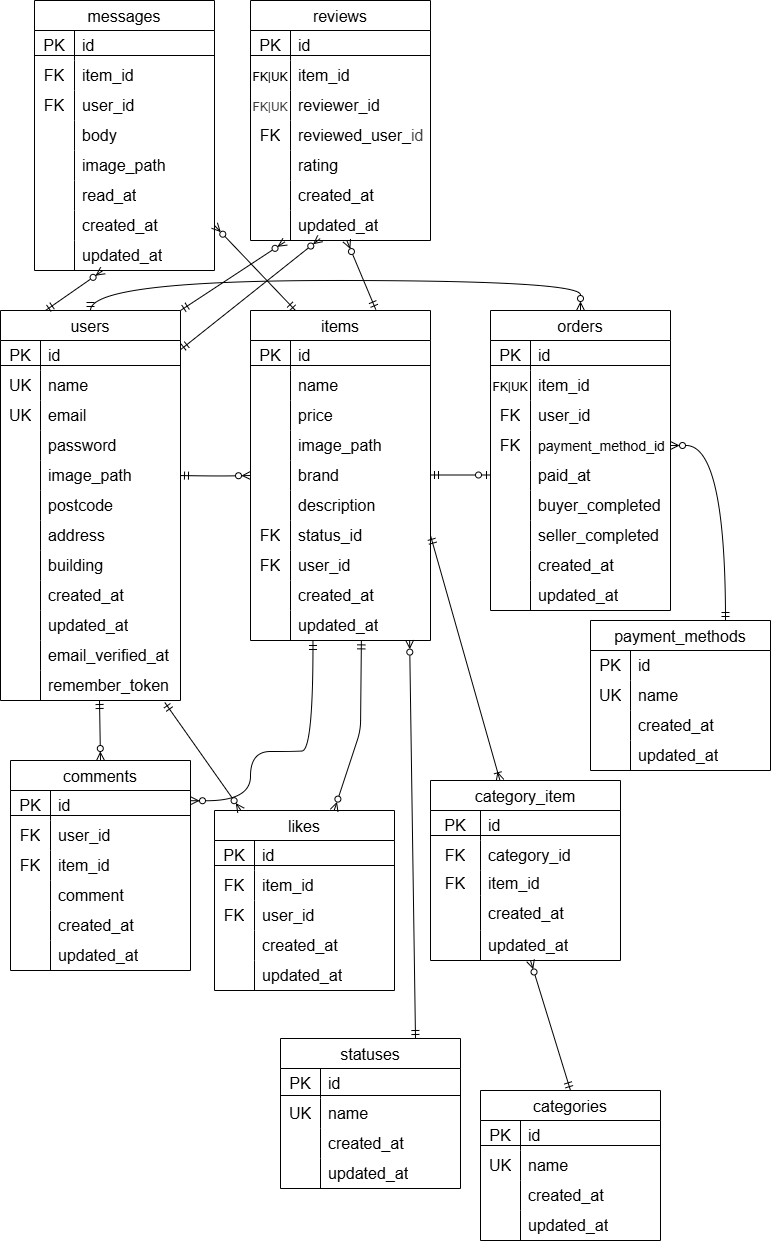
Earlier version of the draw.io export index.drawio.png (imachanimachan/Fleamarket-laravel). Source tidied: cells renumbered, new cells last; positions are measured from the earlier drawing's top-left corner, leaving out a move shared by most shapes.
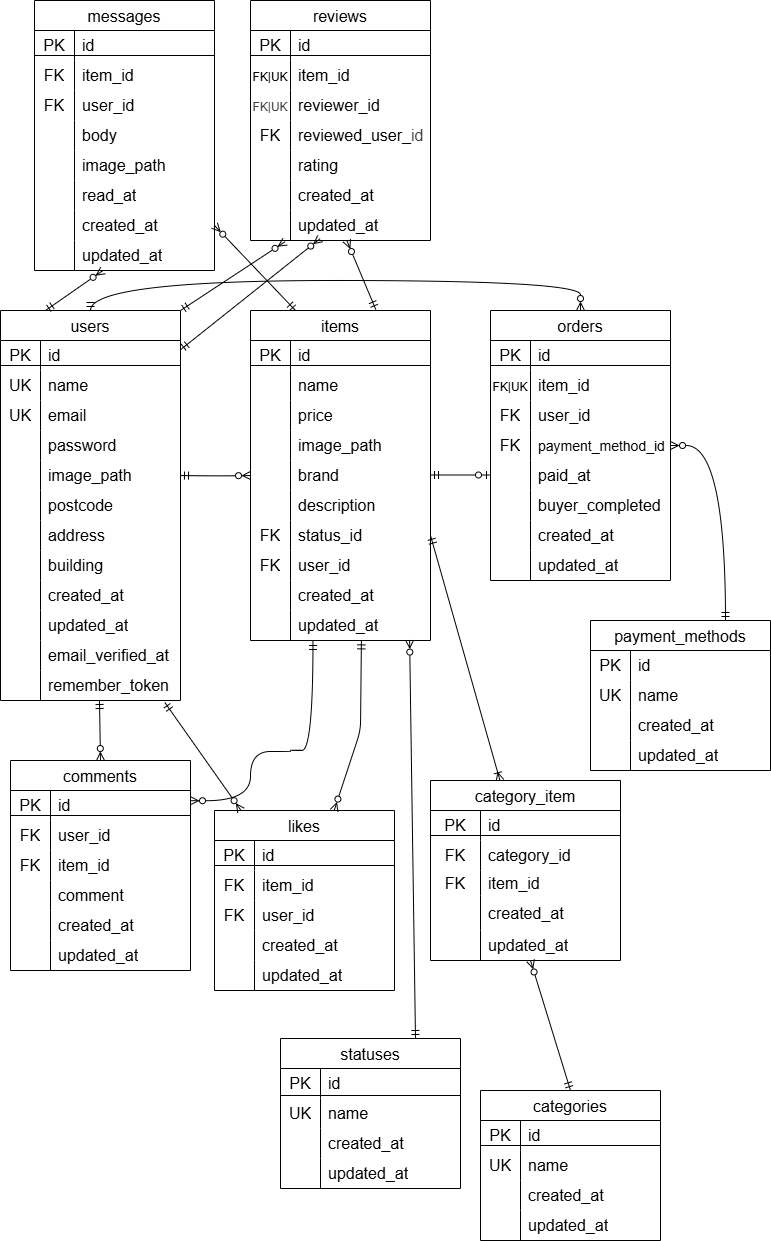
Later version of the same file.

What changed in the source:
```diff
@@ -173,7 +173,7 @@
       <mxGeometry x="40" width="140" height="30" as="geometry" />
     </mxCell>
     <mxCell id="57" value="orders" style="shape=table;startSize=30;rowLines=0;fontStyle=0;strokeColor=default;fontSize=16;" parent="1" vertex="1">
-      <mxGeometry x="490" y="310" width="180" height="300" as="geometry" />
+      <mxGeometry x="490" y="310" width="180" height="270" as="geometry" />
     </mxCell>
     <mxCell id="58" style="shape=tableRow;horizontal=0;startSize=0;swimlaneHead=0;swimlaneBody=0;top=0;left=0;bottom=0;right=0;fillColor=none;strokeColor=#000000;fontSize=16;" parent="57" vertex="1">
       <mxGeometry y="30" width="180" height="30" as="geometry" />
@@ -229,17 +229,8 @@
     <mxCell id="75" value="buyer_completed" style="shape=partialRectangle;html=1;whiteSpace=wrap;fillColor=none;top=0;left=0;bottom=0;right=0;align=left;spacingLeft=6;overflow=hidden;strokeColor=inherit;fontSize=16;" parent="73" vertex="1">
       <mxGeometry x="40" width="140" height="30" as="geometry" />
     </mxCell>
-    <mxCell id="76" style="shape=tableRow;horizontal=0;startSize=0;swimlaneHead=0;swimlaneBody=0;top=0;left=0;bottom=0;right=0;fillColor=none;strokeColor=inherit;fontSize=16;" parent="57" vertex="1">
-      <mxGeometry y="210" width="180" height="30" as="geometry" />
-    </mxCell>
-    <mxCell id="77" style="shape=partialRectangle;html=1;whiteSpace=wrap;fillColor=none;top=0;left=0;bottom=0;right=0;overflow=hidden;strokeColor=inherit;fontSize=16;" parent="76" vertex="1">
-      <mxGeometry width="40" height="30" as="geometry" />
-    </mxCell>
-    <mxCell id="78" value="seller_completed" style="shape=partialRectangle;html=1;whiteSpace=wrap;fillColor=none;top=0;left=0;bottom=0;right=0;align=left;spacingLeft=6;overflow=hidden;strokeColor=inherit;fontSize=16;" parent="76" vertex="1">
-      <mxGeometry x="40" width="140" height="30" as="geometry" />
-    </mxCell>
     <mxCell id="79" style="shape=tableRow;horizontal=0;startSize=0;swimlaneHead=0;swimlaneBody=0;top=0;left=0;bottom=0;right=0;fillColor=none;strokeColor=inherit;fontSize=16;" parent="57" vertex="1">
-      <mxGeometry y="240" width="180" height="30" as="geometry" />
+      <mxGeometry y="210" width="180" height="30" as="geometry" />
     </mxCell>
     <mxCell id="80" style="shape=partialRectangle;html=1;whiteSpace=wrap;fillColor=none;top=0;left=0;bottom=0;right=0;overflow=hidden;strokeColor=inherit;fontSize=16;" parent="79" vertex="1">
       <mxGeometry width="40" height="30" as="geometry" />
@@ -248,7 +239,7 @@
       <mxGeometry x="40" width="140" height="30" as="geometry" />
     </mxCell>
     <mxCell id="82" style="shape=tableRow;horizontal=0;startSize=0;swimlaneHead=0;swimlaneBody=0;top=0;left=0;bottom=0;right=0;fillColor=none;strokeColor=inherit;fontSize=16;" parent="57" vertex="1">
-      <mxGeometry y="270" width="180" height="30" as="geometry" />
+      <mxGeometry y="240" width="180" height="30" as="geometry" />
     </mxCell>
     <mxCell id="83" style="shape=partialRectangle;html=1;whiteSpace=wrap;fillColor=none;top=0;left=0;bottom=0;right=0;overflow=hidden;strokeColor=inherit;fontSize=16;" parent="82" vertex="1">
       <mxGeometry width="40" height="30" as="geometry" />
```
